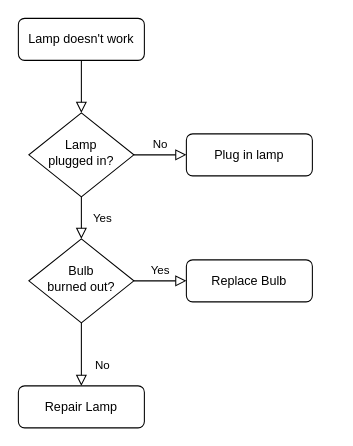
This is Untitled Diagram.drawio from camylladias/CC5511, a draw.io file, before an edit. Source tidied: cells renumbered, new cells numbered last; positions are measured from the earlier drawing's top-left corner, leaving out a move shared by most shapes. Both pictures are drawn from the tidied source at 105%, with x=0, y=0 at pixel (18, 18).
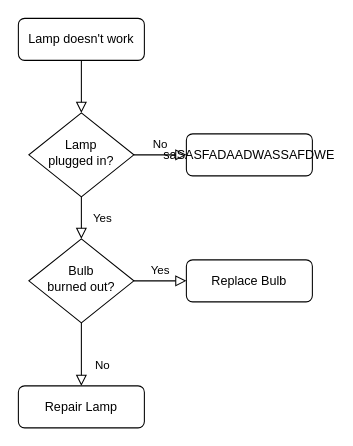
Above is the later version.

Change to the diagram source:
```diff
@@
 <mxGraphModel>
   <root>
     <mxCell id="0" />
     <mxCell id="1" parent="0" />
     <mxCell id="2" style="rounded=0;html=1;jettySize=auto;fontSize=11;endArrow=block;endFill=0;endSize=8;strokeWidth=1;shadow=0;labelBackgroundColor=none;edgeStyle=orthogonalEdgeStyle;" parent="1" edge="1" source="3" target="6">
       <mxGeometry relative="1" as="geometry" />
     </mxCell>
     <mxCell id="3" value="Lamp doesn't work" style="rounded=1;whiteSpace=wrap;html=1;fontSize=12;glass=0;strokeWidth=1;shadow=0;" parent="1" vertex="1">
       <mxGeometry width="120" height="40" as="geometry" />
     </mxCell>
     <mxCell id="4" value="Yes" style="rounded=0;html=1;jettySize=auto;fontSize=11;endArrow=block;endFill=0;endSize=8;strokeWidth=1;shadow=0;labelBackgroundColor=none;edgeStyle=orthogonalEdgeStyle;" parent="1" edge="1" source="6" target="10">
       <mxGeometry y="20" relative="1" as="geometry" />
     </mxCell>
     <mxCell id="5" value="No" style="edgeStyle=orthogonalEdgeStyle;rounded=0;html=1;jettySize=auto;fontSize=11;endArrow=block;endFill=0;endSize=8;strokeWidth=1;shadow=0;labelBackgroundColor=none;" parent="1" edge="1" source="6" target="7">
       <mxGeometry y="10" relative="1" as="geometry" />
     </mxCell>
     <mxCell id="6" value="Lamp&lt;br&gt;plugged in?" style="rhombus;whiteSpace=wrap;html=1;shadow=0;fontFamily=Helvetica;fontSize=12;align=center;strokeWidth=1;spacing=6;spacingTop=-4;" parent="1" vertex="1">
       <mxGeometry x="10" y="90" width="100" height="80" as="geometry" />
     </mxCell>
-    <mxCell id="7" value="Plug in lamp" style="rounded=1;whiteSpace=wrap;html=1;fontSize=12;glass=0;strokeWidth=1;shadow=0;" parent="1" vertex="1">
+    <mxCell id="7" value="saSASFADAADWASSAFDWE" style="rounded=1;whiteSpace=wrap;html=1;fontSize=12;glass=0;strokeWidth=1;shadow=0;" parent="1" vertex="1">
       <mxGeometry x="160" y="110" width="120" height="40" as="geometry" />
     </mxCell>
     <mxCell id="8" value="No" style="rounded=0;html=1;jettySize=auto;fontSize=11;endArrow=block;endFill=0;endSize=8;strokeWidth=1;shadow=0;labelBackgroundColor=none;edgeStyle=orthogonalEdgeStyle;" parent="1" edge="1" source="10" target="11">
       <mxGeometry x="0.33" y="20" relative="1" as="geometry" />
     </mxCell>
     <mxCell id="9" value="Yes" style="edgeStyle=orthogonalEdgeStyle;rounded=0;html=1;jettySize=auto;fontSize=11;endArrow=block;endFill=0;endSize=8;strokeWidth=1;shadow=0;labelBackgroundColor=none;" parent="1" edge="1" source="10" target="12">
       <mxGeometry y="10" relative="1" as="geometry" />
     </mxCell>
     <mxCell id="10" value="Bulb&lt;br&gt;burned out?" style="rhombus;whiteSpace=wrap;html=1;shadow=0;fontFamily=Helvetica;fontSize=12;align=center;strokeWidth=1;spacing=6;spacingTop=-4;" parent="1" vertex="1">
       <mxGeometry x="10" y="210" width="100" height="80" as="geometry" />
     </mxCell>
     <mxCell id="11" value="Repair Lamp" style="rounded=1;whiteSpace=wrap;html=1;fontSize=12;glass=0;strokeWidth=1;shadow=0;" parent="1" vertex="1">
       <mxGeometry y="350" width="120" height="40" as="geometry" />
     </mxCell>
     <mxCell id="12" value="Replace Bulb" style="rounded=1;whiteSpace=wrap;html=1;fontSize=12;glass=0;strokeWidth=1;shadow=0;" parent="1" vertex="1">
       <mxGeometry x="160" y="230" width="120" height="40" as="geometry" />
     </mxCell>
   </root>
 </mxGraphModel>
```
